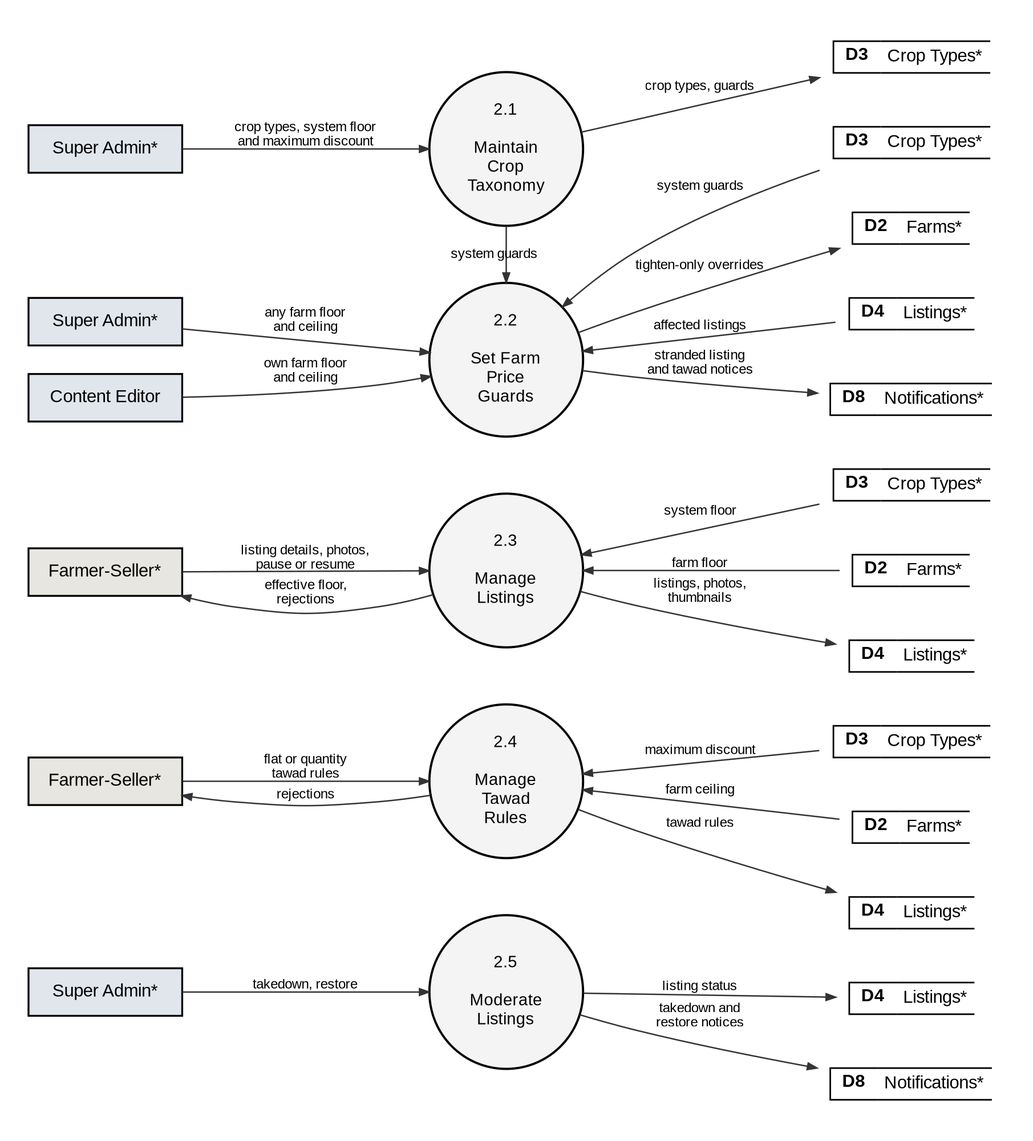
Above: docs/manuscript/figures/fig6_2_2_dfd_level2.png in shawncastaneda11-commits/anihow-backend (Graphviz), before the change. Its source is kept beside it as docs/manuscript/figures/src/fig6_2_2_dfd_level2.dot.
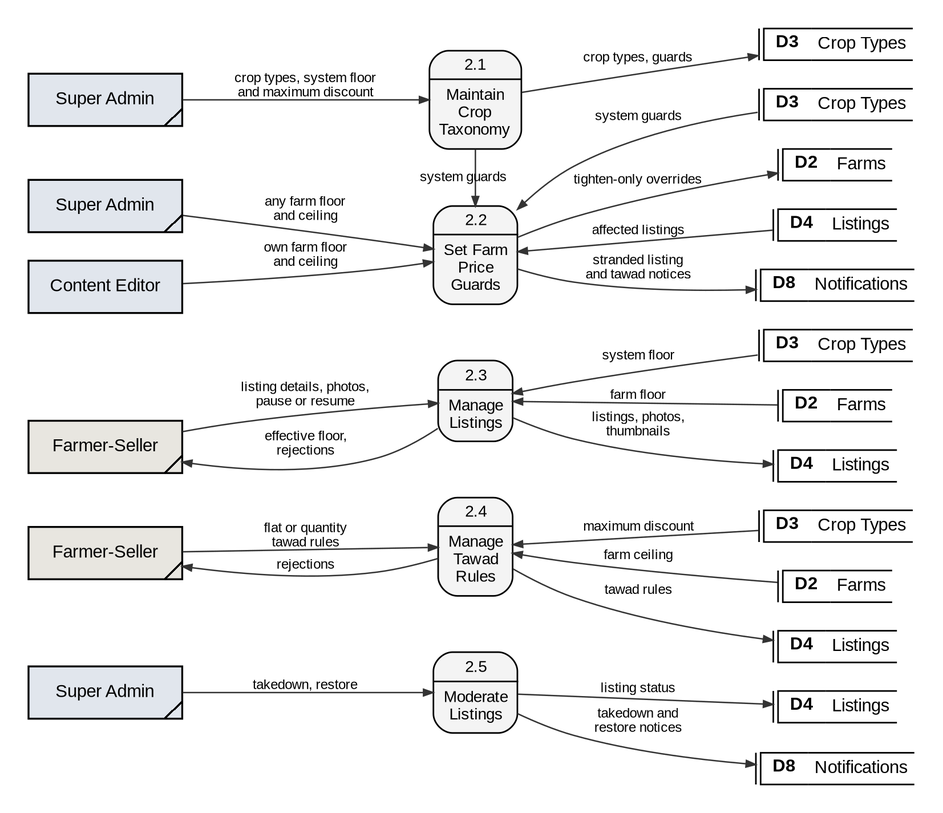
Later version of the same file.

The edit, as a diff of the source:
```diff
@@ -2,30 +2,30 @@
   graph [rankdir=LR, nodesep=0.25, ranksep=0.9, pad=0.25, fontname="Liberation Sans", newrank=true];
   node  [fontname="Liberation Sans", fontsize=11];
   edge  [penwidth=0.9, arrowsize=0.6, color="#333333", fontname="Liberation Sans", fontsize=8.5];
-  q2a [shape=circle, style=filled, fillcolor="#F4F4F4", penwidth=1.4, fixedsize=true, width=1.35, fontsize=10.5, label="2.1\n\nMaintain\nCrop\nTaxonomy"];
-  sa_q2a [shape=box, style=filled, fillcolor="#E1E6ED", penwidth=1.2, width=1.35, height=0.42, label="Super Admin*"];
-  D3_q2a [shape=plaintext, label=<<TABLE BORDER="0" CELLBORDER="1" CELLSPACING="0" CELLPADDING="3"><TR><TD SIDES="TBL" WIDTH="30"><B>D3</B></TD><TD SIDES="TB" ALIGN="LEFT">Crop Types*</TD></TR></TABLE>>];
-  q2b [shape=circle, style=filled, fillcolor="#F4F4F4", penwidth=1.4, fixedsize=true, width=1.35, fontsize=10.5, label="2.2\n\nSet Farm\nPrice\nGuards"];
-  sa_q2b [shape=box, style=filled, fillcolor="#E1E6ED", penwidth=1.2, width=1.35, height=0.42, label="Super Admin*"];
-  D3_q2b [shape=plaintext, label=<<TABLE BORDER="0" CELLBORDER="1" CELLSPACING="0" CELLPADDING="3"><TR><TD SIDES="TBL" WIDTH="30"><B>D3</B></TD><TD SIDES="TB" ALIGN="LEFT">Crop Types*</TD></TR></TABLE>>];
-  ce_q2b [shape=box, style=filled, fillcolor="#E1E6ED", penwidth=1.2, width=1.35, height=0.42, label="Content Editor"];
-  D2_q2b [shape=plaintext, label=<<TABLE BORDER="0" CELLBORDER="1" CELLSPACING="0" CELLPADDING="3"><TR><TD SIDES="TBL" WIDTH="30"><B>D2</B></TD><TD SIDES="TB" ALIGN="LEFT">Farms*</TD></TR></TABLE>>];
-  D4_q2b [shape=plaintext, label=<<TABLE BORDER="0" CELLBORDER="1" CELLSPACING="0" CELLPADDING="3"><TR><TD SIDES="TBL" WIDTH="30"><B>D4</B></TD><TD SIDES="TB" ALIGN="LEFT">Listings*</TD></TR></TABLE>>];
-  D8_q2b [shape=plaintext, label=<<TABLE BORDER="0" CELLBORDER="1" CELLSPACING="0" CELLPADDING="3"><TR><TD SIDES="TBL" WIDTH="30"><B>D8</B></TD><TD SIDES="TB" ALIGN="LEFT">Notifications*</TD></TR></TABLE>>];
-  q2c [shape=circle, style=filled, fillcolor="#F4F4F4", penwidth=1.4, fixedsize=true, width=1.35, fontsize=10.5, label="2.3\n\nManage\nListings"];
-  D3_q2c [shape=plaintext, label=<<TABLE BORDER="0" CELLBORDER="1" CELLSPACING="0" CELLPADDING="3"><TR><TD SIDES="TBL" WIDTH="30"><B>D3</B></TD><TD SIDES="TB" ALIGN="LEFT">Crop Types*</TD></TR></TABLE>>];
-  D2_q2c [shape=plaintext, label=<<TABLE BORDER="0" CELLBORDER="1" CELLSPACING="0" CELLPADDING="3"><TR><TD SIDES="TBL" WIDTH="30"><B>D2</B></TD><TD SIDES="TB" ALIGN="LEFT">Farms*</TD></TR></TABLE>>];
-  D4_q2c [shape=plaintext, label=<<TABLE BORDER="0" CELLBORDER="1" CELLSPACING="0" CELLPADDING="3"><TR><TD SIDES="TBL" WIDTH="30"><B>D4</B></TD><TD SIDES="TB" ALIGN="LEFT">Listings*</TD></TR></TABLE>>];
-  fs_q2c [shape=box, style=filled, fillcolor="#E8E6E0", penwidth=1.2, width=1.35, height=0.42, label="Farmer-Seller*"];
-  q2d [shape=circle, style=filled, fillcolor="#F4F4F4", penwidth=1.4, fixedsize=true, width=1.35, fontsize=10.5, label="2.4\n\nManage\nTawad\nRules"];
-  D3_q2d [shape=plaintext, label=<<TABLE BORDER="0" CELLBORDER="1" CELLSPACING="0" CELLPADDING="3"><TR><TD SIDES="TBL" WIDTH="30"><B>D3</B></TD><TD SIDES="TB" ALIGN="LEFT">Crop Types*</TD></TR></TABLE>>];
-  D2_q2d [shape=plaintext, label=<<TABLE BORDER="0" CELLBORDER="1" CELLSPACING="0" CELLPADDING="3"><TR><TD SIDES="TBL" WIDTH="30"><B>D2</B></TD><TD SIDES="TB" ALIGN="LEFT">Farms*</TD></TR></TABLE>>];
-  D4_q2d [shape=plaintext, label=<<TABLE BORDER="0" CELLBORDER="1" CELLSPACING="0" CELLPADDING="3"><TR><TD SIDES="TBL" WIDTH="30"><B>D4</B></TD><TD SIDES="TB" ALIGN="LEFT">Listings*</TD></TR></TABLE>>];
-  fs_q2d [shape=box, style=filled, fillcolor="#E8E6E0", penwidth=1.2, width=1.35, height=0.42, label="Farmer-Seller*"];
-  q2e [shape=circle, style=filled, fillcolor="#F4F4F4", penwidth=1.4, fixedsize=true, width=1.35, fontsize=10.5, label="2.5\n\nModerate\nListings"];
-  sa_q2e [shape=box, style=filled, fillcolor="#E1E6ED", penwidth=1.2, width=1.35, height=0.42, label="Super Admin*"];
-  D4_q2e [shape=plaintext, label=<<TABLE BORDER="0" CELLBORDER="1" CELLSPACING="0" CELLPADDING="3"><TR><TD SIDES="TBL" WIDTH="30"><B>D4</B></TD><TD SIDES="TB" ALIGN="LEFT">Listings*</TD></TR></TABLE>>];
-  D8_q2e [shape=plaintext, label=<<TABLE BORDER="0" CELLBORDER="1" CELLSPACING="0" CELLPADDING="3"><TR><TD SIDES="TBL" WIDTH="30"><B>D8</B></TD><TD SIDES="TB" ALIGN="LEFT">Notifications*</TD></TR></TABLE>>];
+  q2a [shape=plaintext, margin=0, width=0, height=0, label=<<TABLE STYLE="ROUNDED" BORDER="1" CELLBORDER="0" CELLSPACING="0" CELLPADDING="3" BGCOLOR="#F4F4F4"><TR><TD><FONT POINT-SIZE="10.5">2.1</FONT></TD></TR><HR/><TR><TD CELLPADDING="5"><FONT POINT-SIZE="10.5">Maintain<BR/>Crop<BR/>Taxonomy</FONT></TD></TR></TABLE>>];
+  sa_q2a [shape=box, style=filled, fillcolor="#E1E6ED", penwidth=1.2, width=1.35, height=0.46, label="Super Admin", comment="gsdup"];
+  D3_q2a [shape=plaintext, margin=0, width=0, height=0, label=<<TABLE BORDER="0" CELLBORDER="1" CELLSPACING="0" CELLPADDING="3"><TR><TD SIDES="L" WIDTH="3" CELLPADDING="0"></TD><TD SIDES="TBL" WIDTH="30"><B>D3</B></TD><TD SIDES="TB" ALIGN="LEFT">Crop Types</TD></TR></TABLE>>];
+  q2b [shape=plaintext, margin=0, width=0, height=0, label=<<TABLE STYLE="ROUNDED" BORDER="1" CELLBORDER="0" CELLSPACING="0" CELLPADDING="3" BGCOLOR="#F4F4F4"><TR><TD><FONT POINT-SIZE="10.5">2.2</FONT></TD></TR><HR/><TR><TD CELLPADDING="5"><FONT POINT-SIZE="10.5">Set Farm<BR/>Price<BR/>Guards</FONT></TD></TR></TABLE>>];
+  sa_q2b [shape=box, style=filled, fillcolor="#E1E6ED", penwidth=1.2, width=1.35, height=0.46, label="Super Admin", comment="gsdup"];
+  D3_q2b [shape=plaintext, margin=0, width=0, height=0, label=<<TABLE BORDER="0" CELLBORDER="1" CELLSPACING="0" CELLPADDING="3"><TR><TD SIDES="L" WIDTH="3" CELLPADDING="0"></TD><TD SIDES="TBL" WIDTH="30"><B>D3</B></TD><TD SIDES="TB" ALIGN="LEFT">Crop Types</TD></TR></TABLE>>];
+  ce_q2b [shape=box, style=filled, fillcolor="#E1E6ED", penwidth=1.2, width=1.35, height=0.46, label="Content Editor"];
+  D2_q2b [shape=plaintext, margin=0, width=0, height=0, label=<<TABLE BORDER="0" CELLBORDER="1" CELLSPACING="0" CELLPADDING="3"><TR><TD SIDES="L" WIDTH="3" CELLPADDING="0"></TD><TD SIDES="TBL" WIDTH="30"><B>D2</B></TD><TD SIDES="TB" ALIGN="LEFT">Farms</TD></TR></TABLE>>];
+  D4_q2b [shape=plaintext, margin=0, width=0, height=0, label=<<TABLE BORDER="0" CELLBORDER="1" CELLSPACING="0" CELLPADDING="3"><TR><TD SIDES="L" WIDTH="3" CELLPADDING="0"></TD><TD SIDES="TBL" WIDTH="30"><B>D4</B></TD><TD SIDES="TB" ALIGN="LEFT">Listings</TD></TR></TABLE>>];
+  D8_q2b [shape=plaintext, margin=0, width=0, height=0, label=<<TABLE BORDER="0" CELLBORDER="1" CELLSPACING="0" CELLPADDING="3"><TR><TD SIDES="L" WIDTH="3" CELLPADDING="0"></TD><TD SIDES="TBL" WIDTH="30"><B>D8</B></TD><TD SIDES="TB" ALIGN="LEFT">Notifications</TD></TR></TABLE>>];
+  q2c [shape=plaintext, margin=0, width=0, height=0, label=<<TABLE STYLE="ROUNDED" BORDER="1" CELLBORDER="0" CELLSPACING="0" CELLPADDING="3" BGCOLOR="#F4F4F4"><TR><TD><FONT POINT-SIZE="10.5">2.3</FONT></TD></TR><HR/><TR><TD CELLPADDING="5"><FONT POINT-SIZE="10.5">Manage<BR/>Listings</FONT></TD></TR></TABLE>>];
+  D3_q2c [shape=plaintext, margin=0, width=0, height=0, label=<<TABLE BORDER="0" CELLBORDER="1" CELLSPACING="0" CELLPADDING="3"><TR><TD SIDES="L" WIDTH="3" CELLPADDING="0"></TD><TD SIDES="TBL" WIDTH="30"><B>D3</B></TD><TD SIDES="TB" ALIGN="LEFT">Crop Types</TD></TR></TABLE>>];
+  D2_q2c [shape=plaintext, margin=0, width=0, height=0, label=<<TABLE BORDER="0" CELLBORDER="1" CELLSPACING="0" CELLPADDING="3"><TR><TD SIDES="L" WIDTH="3" CELLPADDING="0"></TD><TD SIDES="TBL" WIDTH="30"><B>D2</B></TD><TD SIDES="TB" ALIGN="LEFT">Farms</TD></TR></TABLE>>];
+  D4_q2c [shape=plaintext, margin=0, width=0, height=0, label=<<TABLE BORDER="0" CELLBORDER="1" CELLSPACING="0" CELLPADDING="3"><TR><TD SIDES="L" WIDTH="3" CELLPADDING="0"></TD><TD SIDES="TBL" WIDTH="30"><B>D4</B></TD><TD SIDES="TB" ALIGN="LEFT">Listings</TD></TR></TABLE>>];
+  fs_q2c [shape=box, style=filled, fillcolor="#E8E6E0", penwidth=1.2, width=1.35, height=0.46, label="Farmer-Seller", comment="gsdup"];
+  q2d [shape=plaintext, margin=0, width=0, height=0, label=<<TABLE STYLE="ROUNDED" BORDER="1" CELLBORDER="0" CELLSPACING="0" CELLPADDING="3" BGCOLOR="#F4F4F4"><TR><TD><FONT POINT-SIZE="10.5">2.4</FONT></TD></TR><HR/><TR><TD CELLPADDING="5"><FONT POINT-SIZE="10.5">Manage<BR/>Tawad<BR/>Rules</FONT></TD></TR></TABLE>>];
+  D3_q2d [shape=plaintext, margin=0, width=0, height=0, label=<<TABLE BORDER="0" CELLBORDER="1" CELLSPACING="0" CELLPADDING="3"><TR><TD SIDES="L" WIDTH="3" CELLPADDING="0"></TD><TD SIDES="TBL" WIDTH="30"><B>D3</B></TD><TD SIDES="TB" ALIGN="LEFT">Crop Types</TD></TR></TABLE>>];
+  D2_q2d [shape=plaintext, margin=0, width=0, height=0, label=<<TABLE BORDER="0" CELLBORDER="1" CELLSPACING="0" CELLPADDING="3"><TR><TD SIDES="L" WIDTH="3" CELLPADDING="0"></TD><TD SIDES="TBL" WIDTH="30"><B>D2</B></TD><TD SIDES="TB" ALIGN="LEFT">Farms</TD></TR></TABLE>>];
+  D4_q2d [shape=plaintext, margin=0, width=0, height=0, label=<<TABLE BORDER="0" CELLBORDER="1" CELLSPACING="0" CELLPADDING="3"><TR><TD SIDES="L" WIDTH="3" CELLPADDING="0"></TD><TD SIDES="TBL" WIDTH="30"><B>D4</B></TD><TD SIDES="TB" ALIGN="LEFT">Listings</TD></TR></TABLE>>];
+  fs_q2d [shape=box, style=filled, fillcolor="#E8E6E0", penwidth=1.2, width=1.35, height=0.46, label="Farmer-Seller", comment="gsdup"];
+  q2e [shape=plaintext, margin=0, width=0, height=0, label=<<TABLE STYLE="ROUNDED" BORDER="1" CELLBORDER="0" CELLSPACING="0" CELLPADDING="3" BGCOLOR="#F4F4F4"><TR><TD><FONT POINT-SIZE="10.5">2.5</FONT></TD></TR><HR/><TR><TD CELLPADDING="5"><FONT POINT-SIZE="10.5">Moderate<BR/>Listings</FONT></TD></TR></TABLE>>];
+  sa_q2e [shape=box, style=filled, fillcolor="#E1E6ED", penwidth=1.2, width=1.35, height=0.46, label="Super Admin", comment="gsdup"];
+  D4_q2e [shape=plaintext, margin=0, width=0, height=0, label=<<TABLE BORDER="0" CELLBORDER="1" CELLSPACING="0" CELLPADDING="3"><TR><TD SIDES="L" WIDTH="3" CELLPADDING="0"></TD><TD SIDES="TBL" WIDTH="30"><B>D4</B></TD><TD SIDES="TB" ALIGN="LEFT">Listings</TD></TR></TABLE>>];
+  D8_q2e [shape=plaintext, margin=0, width=0, height=0, label=<<TABLE BORDER="0" CELLBORDER="1" CELLSPACING="0" CELLPADDING="3"><TR><TD SIDES="L" WIDTH="3" CELLPADDING="0"></TD><TD SIDES="TBL" WIDTH="30"><B>D8</B></TD><TD SIDES="TB" ALIGN="LEFT">Notifications</TD></TR></TABLE>>];
   sa_q2a -> q2a [label="crop types, system floor\nand maximum discount"];
   q2a -> D3_q2a [label="crop types, guards"];
   q2a -> q2b [label="system guards", constraint=false];
```
